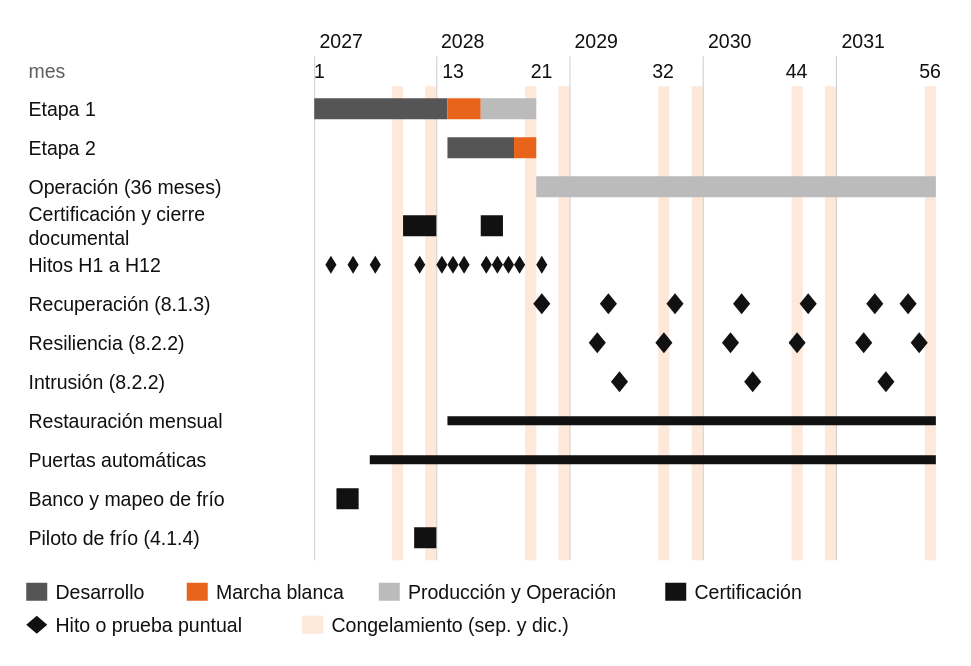
This is SD9_v_nueva/09_plan_calidad/diagramas/Fig_9-9_Calidad_Cronograma.drawio from PatricioH315/LafroX, a draw.io file, before an edit. Source tidied: cells renumbered, new cells numbered last; positions are measured from the earlier drawing's top-left corner, leaving out a move shared by most shapes. Both pictures are drawn from the tidied source at 150%, with x=0, y=0 at pixel (26, 26).
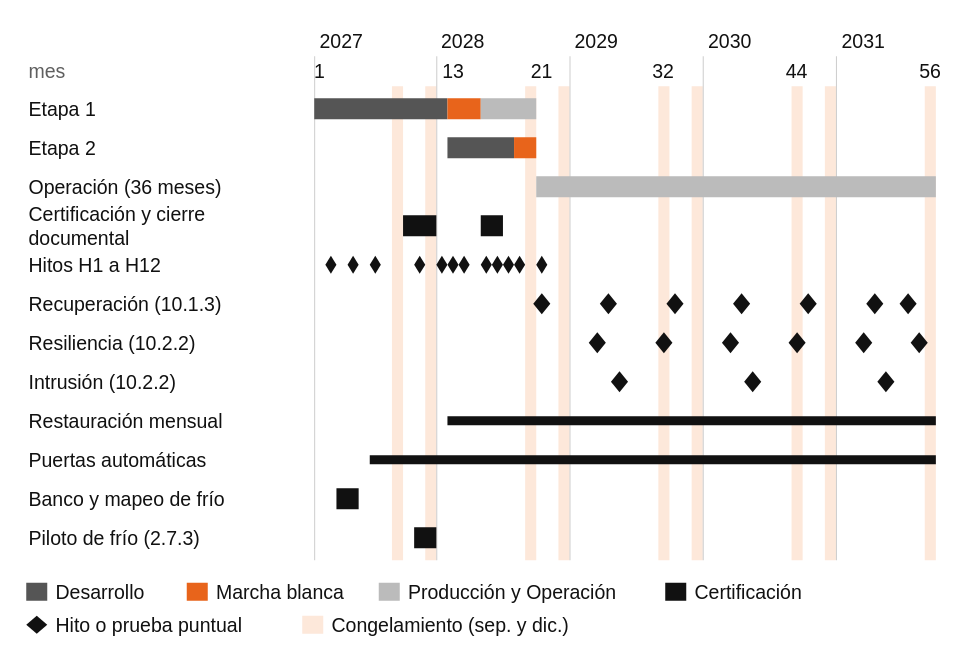
The same diagram, later.

Diff of the diagram source:
```diff
@@
-    <mxCell id="53" value="Recuperación (8.1.3)" style="text;html=1;fontSize=13;fontFamily=Helvetica;fontColor=#111111;align=left;verticalAlign=middle;whiteSpace=wrap;" parent="1" vertex="1">
+    <mxCell id="53" value="Recuperación (10.1.3)" style="text;html=1;fontSize=13;fontFamily=Helvetica;fontColor=#111111;align=left;verticalAlign=middle;whiteSpace=wrap;" parent="1" vertex="1">
       <mxGeometry y="174" width="186" height="22" as="geometry" />
     </mxCell>
@@
-    <mxCell id="61" value="Resiliencia (8.2.2)" style="text;html=1;fontSize=13;fontFamily=Helvetica;fontColor=#111111;align=left;verticalAlign=middle;whiteSpace=wrap;" parent="1" vertex="1">
+    <mxCell id="61" value="Resiliencia (10.2.2)" style="text;html=1;fontSize=13;fontFamily=Helvetica;fontColor=#111111;align=left;verticalAlign=middle;whiteSpace=wrap;" parent="1" vertex="1">
       <mxGeometry y="200" width="186" height="22" as="geometry" />
     </mxCell>
@@
-    <mxCell id="68" value="Intrusión (8.2.2)" style="text;html=1;fontSize=13;fontFamily=Helvetica;fontColor=#111111;align=left;verticalAlign=middle;whiteSpace=wrap;" parent="1" vertex="1">
+    <mxCell id="68" value="Intrusión (10.2.2)" style="text;html=1;fontSize=13;fontFamily=Helvetica;fontColor=#111111;align=left;verticalAlign=middle;whiteSpace=wrap;" parent="1" vertex="1">
       <mxGeometry y="226" width="186" height="22" as="geometry" />
     </mxCell>
@@
-    <mxCell id="78" value="Piloto de frío (4.1.4)" style="text;html=1;fontSize=13;fontFamily=Helvetica;fontColor=#111111;align=left;verticalAlign=middle;whiteSpace=wrap;" parent="1" vertex="1">
+    <mxCell id="78" value="Piloto de frío (2.7.3)" style="text;html=1;fontSize=13;fontFamily=Helvetica;fontColor=#111111;align=left;verticalAlign=middle;whiteSpace=wrap;" parent="1" vertex="1">
       <mxGeometry y="330" width="186" height="22" as="geometry" />
     </mxCell>
```
